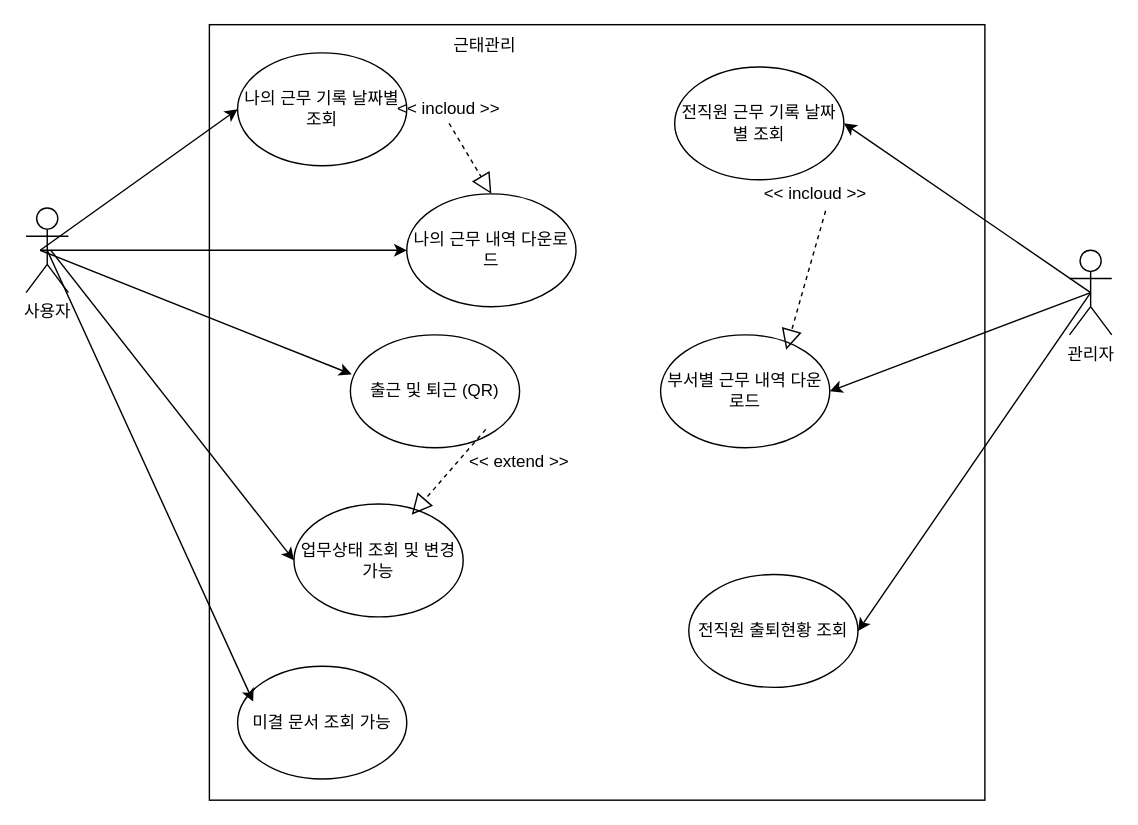
Above: 제목 없는 다이어그램.drawio in jungtaewoo/psychic-memory (draw.io), before the change. Source tidied: cells renumbered, new cells numbered last; positions are measured from the earlier drawing's top-left corner, leaving out a move shared by most shapes. Both pictures are drawn from the tidied source at 141%, with x=0, y=0 at pixel (25, 24).
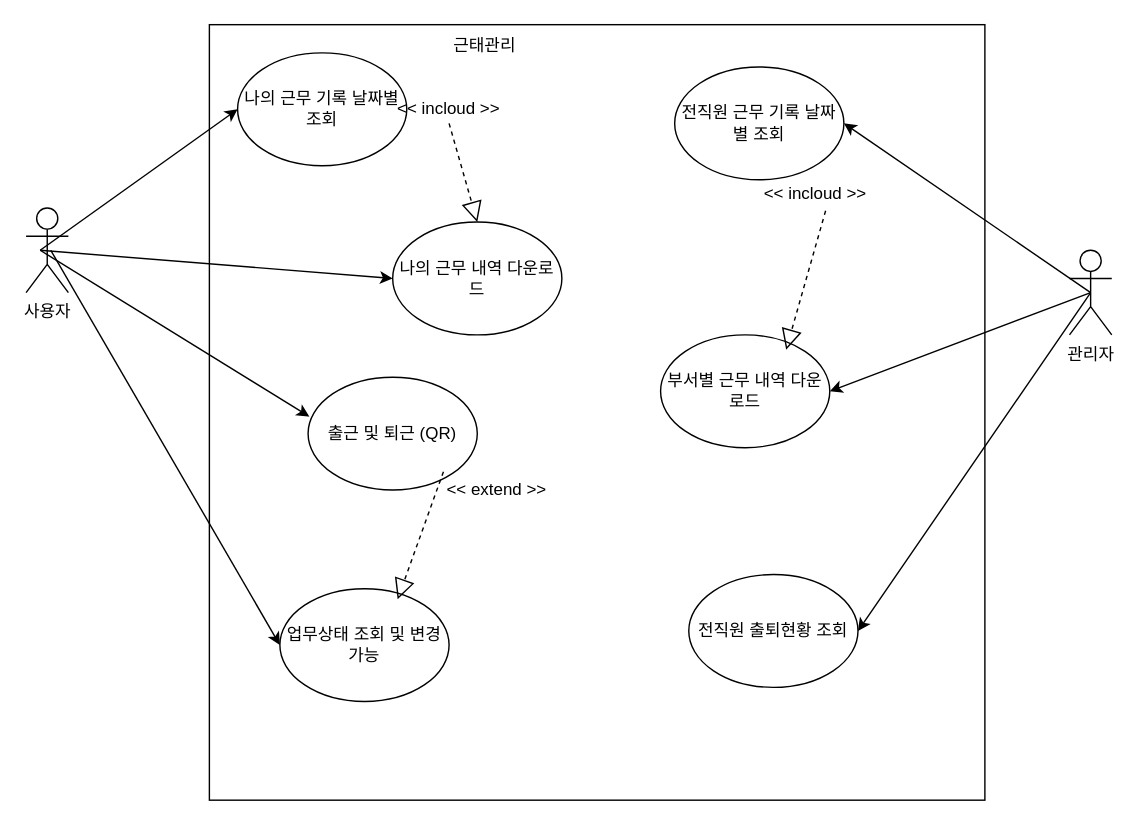
The same diagram, later.

Commit message (it also covers changes not shown here):
제목 없는 다이어그램.drawio 업데이트

The change refers to these unchanged cells:
```xml
<mxCell id="2" value="사용자" style="shape=umlActor;verticalLabelPosition=bottom;verticalAlign=top;html=1;outlineConnect=0;" parent="1" vertex="1">
  <mxGeometry y="130" width="30" height="60" as="geometry" />
</mxCell>
```

Diff of the diagram source:
```diff
@@
     <mxCell id="5" value="나의 근무 내역 다운로드" style="ellipse;whiteSpace=wrap;html=1;" parent="1" vertex="1">
-      <mxGeometry x="270" y="120" width="120" height="80" as="geometry" />
+      <mxGeometry x="260" y="140" width="120" height="80" as="geometry" />
     </mxCell>
     <mxCell id="6" value="출근 및 퇴근 (QR)" style="ellipse;whiteSpace=wrap;html=1;" parent="1" vertex="1">
-      <mxGeometry x="230" y="220" width="120" height="80" as="geometry" />
+      <mxGeometry x="200" y="250" width="120" height="80" as="geometry" />
     </mxCell>
     <mxCell id="7" value="업무상태 조회 및 변경 가능" style="ellipse;whiteSpace=wrap;html=1;" parent="1" vertex="1">
-      <mxGeometry x="190" y="340" width="120" height="80" as="geometry" />
+      <mxGeometry x="180" y="400" width="120" height="80" as="geometry" />
     </mxCell>
-    <mxCell id="8" value="미결 문서 조회 가능" style="ellipse;whiteSpace=wrap;html=1;" parent="1" vertex="1">
-      <mxGeometry x="150" y="455" width="120" height="80" as="geometry" />
-    </mxCell>
-    <mxCell id="9" style="endArrow=classic;html=1;rounded=0;exitX=0.5;exitY=0.5;exitDx=0;exitDy=0;exitPerimeter=0;entryX=0.092;entryY=0.313;entryDx=0;entryDy=0;entryPerimeter=0;" parent="1" edge="1" source="2" target="8">
-      <mxGeometry relative="1" as="geometry" />
-    </mxCell>
@@
     <mxCell id="27" value="&amp;lt;&amp;lt; extend &amp;gt;&amp;gt;" style="text;html=1;align=center;verticalAlign=middle;whiteSpace=wrap;rounded=0;" parent="1" vertex="1">
-      <mxGeometry x="310" y="300" width="80" height="20" as="geometry" />
+      <mxGeometry x="294" y="320" width="80" height="20" as="geometry" />
     </mxCell>
```
